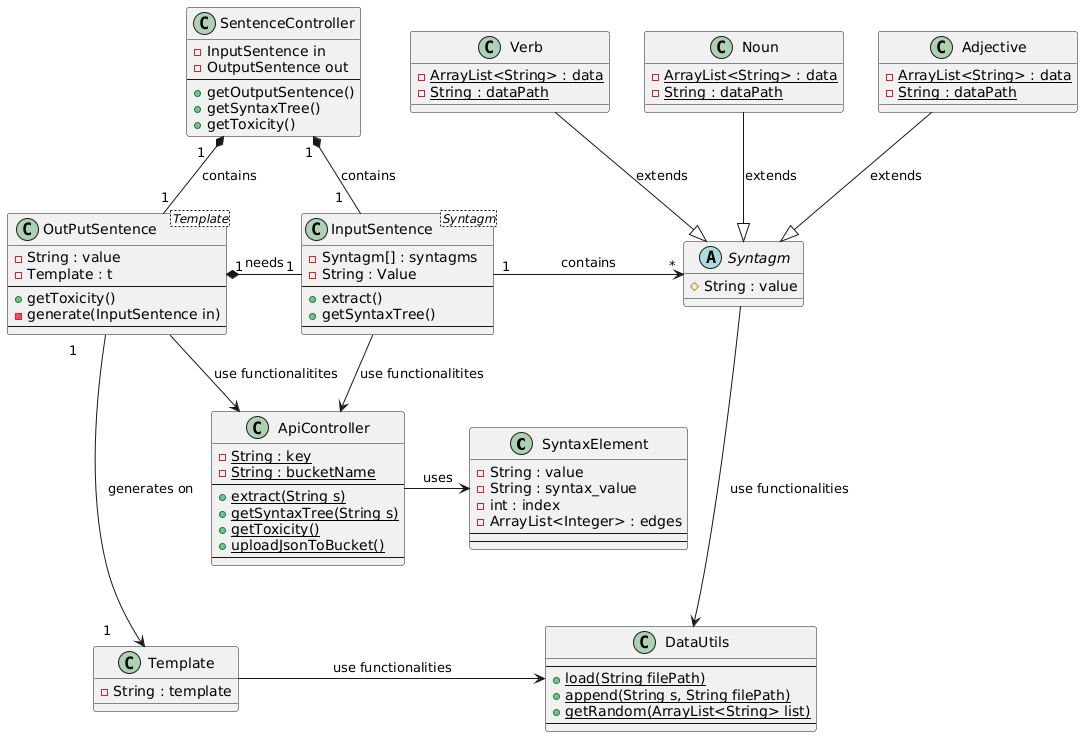
Before: docs/Class Diagram/Class Diagram.png, a diagram exported from PlantUML (63616E617A7A61/NonSenseGenerator).
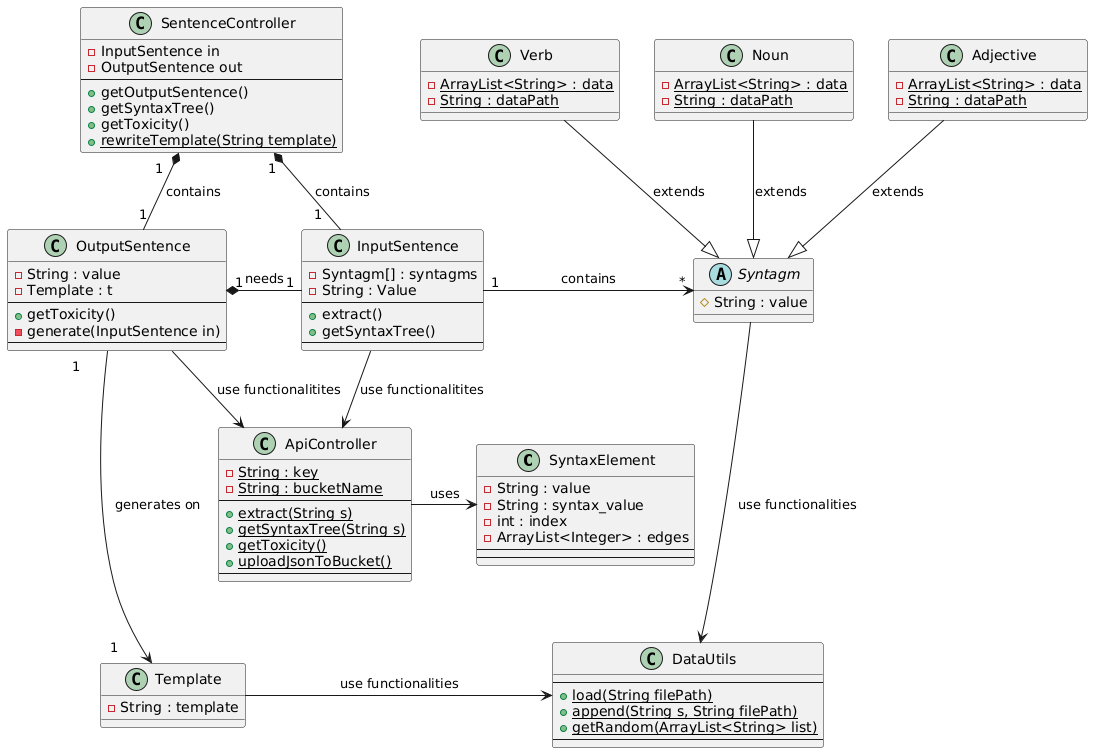
After the commit.

Diff of the diagram source:
```diff
@@ -56,9 +56,10 @@
 + getOutputSentence()
 + getSyntaxTree()
 + getToxicity()
++ {static} rewriteTemplate(String template)
 }
 
-class "InputSentence" as is <Syntagm>{
+class "InputSentence" as is {
 - Syntagm[] : syntagms
 - String : Value
 --
@@ -67,7 +68,7 @@
 --
 }
 
-class "OutPutSentence" as os <Template> {
+class "OutputSentence" as os {
 - String : value
 - Template : t
 --
```
